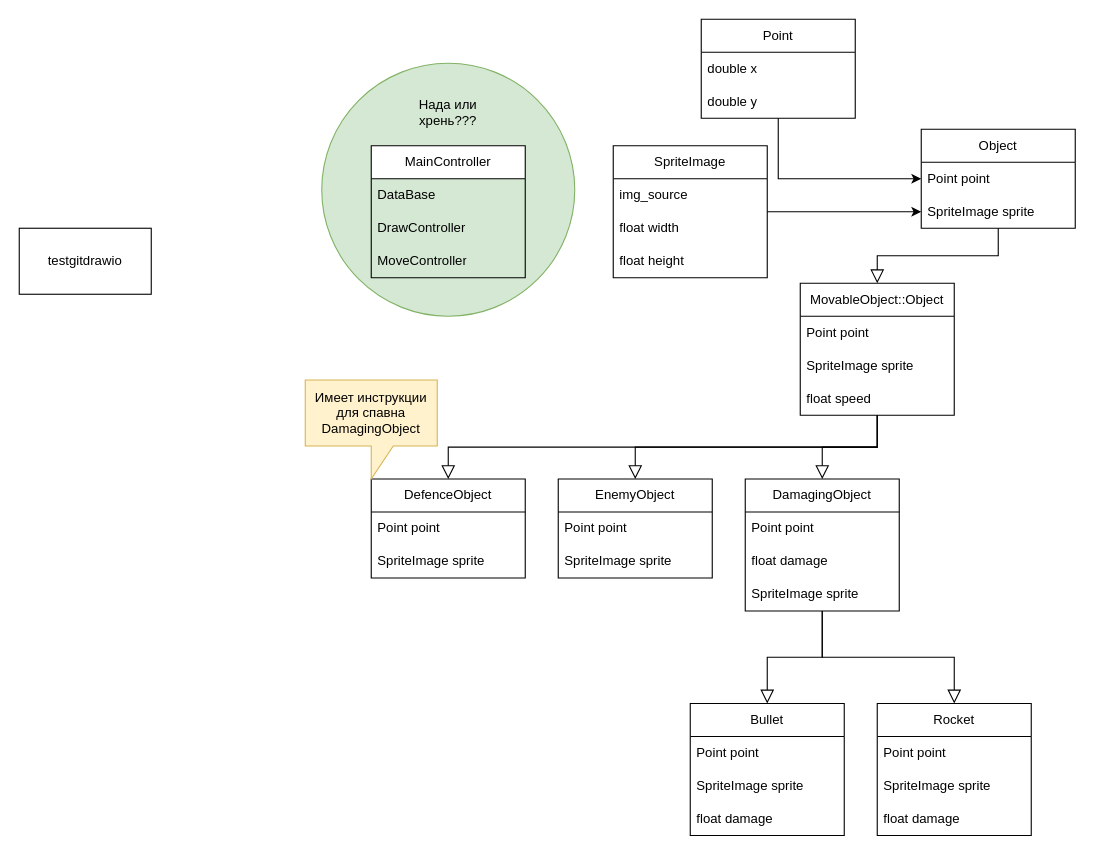
This is ZRK.drawio from NeGvozd/CppLearningProject, a draw.io file, before an edit. Source tidied: cells renumbered, new cells numbered last; positions are measured from the earlier drawing's top-left corner, leaving out a move shared by most shapes. Both pictures are drawn from the tidied source at 110%, with x=0, y=0 at pixel (19, 19).
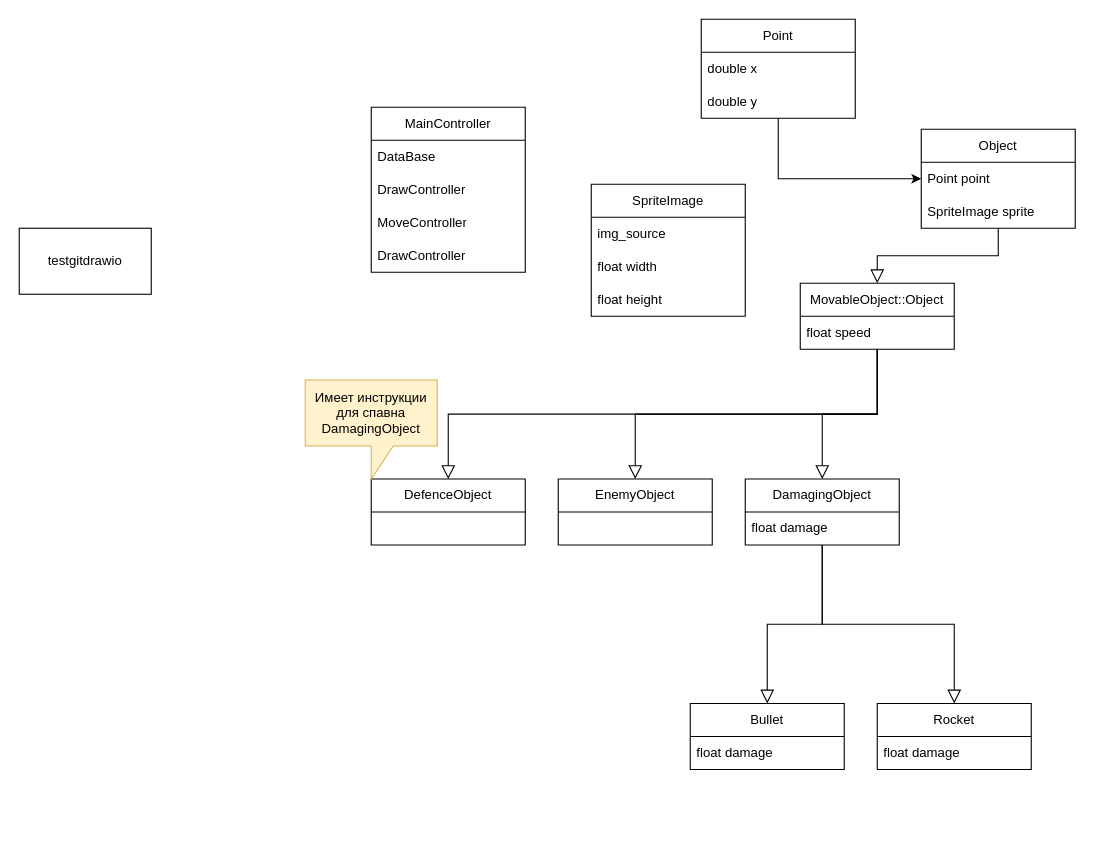
After the change.

Commit message:
Commit after comments

The change refers to these unchanged cells:
```xml
<mxCell id="4" value="SpriteImage sprite" style="text;strokeColor=none;fillColor=none;align=left;verticalAlign=middle;spacingLeft=4;spacingRight=4;overflow=hidden;points=[[0,0.5],[1,0.5]];portConstraint=eastwest;whiteSpace=wrap;html=1;" parent="2" vertex="1">
  <mxGeometry y="60" width="140" height="30" as="geometry" />
</mxCell>
```

The edit, as a diff of the source:
```diff
@@
-    <mxCell id="9" style="edgeStyle=orthogonalEdgeStyle;rounded=0;jettySize=auto;html=1;" parent="1" edge="1" source="10" target="4">
-      <mxGeometry relative="1" as="geometry" />
-    </mxCell>
     <mxCell id="10" value="SpriteImage" style="swimlane;fontStyle=0;horizontal=1;startSize=30;whiteSpace=wrap;html=1;" parent="1" vertex="1">
-      <mxGeometry x="540" y="115" width="140" height="120" as="geometry" />
+      <mxGeometry x="520" y="150" width="140" height="120" as="geometry" />
     </mxCell>
@@
     <mxCell id="14" value="MovableObject::Object" style="swimlane;fontStyle=0;horizontal=1;startSize=30;whiteSpace=wrap;html=1;" parent="1" vertex="1">
-      <mxGeometry x="710" y="240" width="140" height="120" as="geometry" />
+      <mxGeometry x="710" y="240" width="140" height="60" as="geometry" />
     </mxCell>
-    <mxCell id="15" value="Point point" style="text;strokeColor=none;fillColor=none;align=left;verticalAlign=middle;spacingLeft=4;spacingRight=4;overflow=hidden;whiteSpace=wrap;html=1;" parent="14" vertex="1">
-      <mxGeometry y="30" width="140" height="30" as="geometry" />
-    </mxCell>
-    <mxCell id="16" value="SpriteImage sprite" style="text;strokeColor=none;fillColor=none;align=left;verticalAlign=middle;spacingLeft=4;spacingRight=4;overflow=hidden;whiteSpace=wrap;html=1;" parent="14" vertex="1">
-      <mxGeometry y="60" width="140" height="30" as="geometry" />
-    </mxCell>
     <mxCell id="17" value="float speed" style="text;strokeColor=none;fillColor=none;align=left;verticalAlign=middle;spacingLeft=4;spacingRight=4;overflow=hidden;whiteSpace=wrap;html=1;" parent="14" vertex="1">
-      <mxGeometry y="90" width="140" height="30" as="geometry" />
+      <mxGeometry y="30" width="140" height="30" as="geometry" />
     </mxCell>
@@
     <mxCell id="19" value="DamagingObject" style="swimlane;fontStyle=0;horizontal=1;startSize=30;whiteSpace=wrap;html=1;" parent="1" vertex="1">
-      <mxGeometry x="660" y="418" width="140" height="120" as="geometry" />
+      <mxGeometry x="660" y="418" width="140" height="60" as="geometry" />
     </mxCell>
-    <mxCell id="20" value="Point point" style="text;strokeColor=none;fillColor=none;align=left;verticalAlign=middle;spacingLeft=4;spacingRight=4;overflow=hidden;whiteSpace=wrap;html=1;" parent="19" vertex="1">
-      <mxGeometry y="30" width="140" height="30" as="geometry" />
-    </mxCell>
     <mxCell id="21" value="float damage" style="text;strokeColor=none;fillColor=none;align=left;verticalAlign=middle;spacingLeft=4;spacingRight=4;overflow=hidden;whiteSpace=wrap;html=1;" parent="19" vertex="1">
-      <mxGeometry y="60" width="140" height="30" as="geometry" />
+      <mxGeometry y="30" width="140" height="30" as="geometry" />
     </mxCell>
-    <mxCell id="22" value="SpriteImage sprite" style="text;strokeColor=none;fillColor=none;align=left;verticalAlign=middle;spacingLeft=4;spacingRight=4;overflow=hidden;whiteSpace=wrap;html=1;" parent="19" vertex="1">
-      <mxGeometry y="90" width="140" height="30" as="geometry" />
-    </mxCell>
@@
     <mxCell id="24" value="Rocket" style="swimlane;fontStyle=0;horizontal=1;startSize=30;whiteSpace=wrap;html=1;" parent="1" vertex="1">
-      <mxGeometry x="780" y="622" width="140" height="120" as="geometry" />
+      <mxGeometry x="780" y="622" width="140" height="60" as="geometry" />
     </mxCell>
-    <mxCell id="25" value="Point point" style="text;strokeColor=none;fillColor=none;align=left;verticalAlign=middle;spacingLeft=4;spacingRight=4;overflow=hidden;whiteSpace=wrap;html=1;" parent="24" vertex="1">
-      <mxGeometry y="30" width="140" height="30" as="geometry" />
-    </mxCell>
-    <mxCell id="26" value="SpriteImage sprite" style="text;strokeColor=none;fillColor=none;align=left;verticalAlign=middle;spacingLeft=4;spacingRight=4;overflow=hidden;whiteSpace=wrap;html=1;" parent="24" vertex="1">
-      <mxGeometry y="60" width="140" height="30" as="geometry" />
-    </mxCell>
     <mxCell id="27" value="float damage" style="text;strokeColor=none;fillColor=none;align=left;verticalAlign=middle;spacingLeft=4;spacingRight=4;overflow=hidden;whiteSpace=wrap;html=1;" parent="24" vertex="1">
-      <mxGeometry y="90" width="140" height="30" as="geometry" />
+      <mxGeometry y="30" width="140" height="30" as="geometry" />
     </mxCell>
@@
     <mxCell id="29" value="Bullet" style="swimlane;fontStyle=0;horizontal=1;startSize=30;whiteSpace=wrap;html=1;" parent="1" vertex="1">
-      <mxGeometry x="610" y="622" width="140" height="120" as="geometry" />
+      <mxGeometry x="610" y="622" width="140" height="60" as="geometry" />
     </mxCell>
-    <mxCell id="30" value="Point point" style="text;strokeColor=none;fillColor=none;align=left;verticalAlign=middle;spacingLeft=4;spacingRight=4;overflow=hidden;whiteSpace=wrap;html=1;" parent="29" vertex="1">
-      <mxGeometry y="30" width="140" height="30" as="geometry" />
-    </mxCell>
-    <mxCell id="31" value="SpriteImage sprite" style="text;strokeColor=none;fillColor=none;align=left;verticalAlign=middle;spacingLeft=4;spacingRight=4;overflow=hidden;whiteSpace=wrap;html=1;" parent="29" vertex="1">
-      <mxGeometry y="60" width="140" height="30" as="geometry" />
-    </mxCell>
     <mxCell id="32" value="float damage" style="text;strokeColor=none;fillColor=none;align=left;verticalAlign=middle;spacingLeft=4;spacingRight=4;overflow=hidden;whiteSpace=wrap;html=1;" parent="29" vertex="1">
-      <mxGeometry y="90" width="140" height="30" as="geometry" />
+      <mxGeometry y="30" width="140" height="30" as="geometry" />
     </mxCell>
@@
     <mxCell id="34" value="EnemyObject" style="swimlane;fontStyle=0;horizontal=1;startSize=30;whiteSpace=wrap;html=1;" parent="1" vertex="1">
-      <mxGeometry x="490" y="418" width="140" height="90" as="geometry" />
+      <mxGeometry x="490" y="418" width="140" height="60" as="geometry" />
     </mxCell>
-    <mxCell id="35" value="Point point" style="text;strokeColor=none;fillColor=none;align=left;verticalAlign=middle;spacingLeft=4;spacingRight=4;overflow=hidden;whiteSpace=wrap;html=1;" parent="34" vertex="1">
-      <mxGeometry y="30" width="140" height="30" as="geometry" />
-    </mxCell>
-    <mxCell id="36" value="SpriteImage sprite" style="text;strokeColor=none;fillColor=none;align=left;verticalAlign=middle;spacingLeft=4;spacingRight=4;overflow=hidden;whiteSpace=wrap;html=1;" parent="34" vertex="1">
-      <mxGeometry y="60" width="140" height="30" as="geometry" />
-    </mxCell>
@@
     <mxCell id="38" value="DefenceObject" style="swimlane;fontStyle=0;horizontal=1;startSize=30;whiteSpace=wrap;html=1;" parent="1" vertex="1">
-      <mxGeometry x="320" y="418" width="140" height="90" as="geometry" />
+      <mxGeometry x="320" y="418" width="140" height="60" as="geometry" />
     </mxCell>
-    <mxCell id="39" value="Point point" style="text;strokeColor=none;fillColor=none;align=left;verticalAlign=middle;spacingLeft=4;spacingRight=4;overflow=hidden;whiteSpace=wrap;html=1;" parent="38" vertex="1">
-      <mxGeometry y="30" width="140" height="30" as="geometry" />
-    </mxCell>
-    <mxCell id="40" value="SpriteImage sprite" style="text;strokeColor=none;fillColor=none;align=left;verticalAlign=middle;spacingLeft=4;spacingRight=4;overflow=hidden;whiteSpace=wrap;html=1;" parent="38" vertex="1">
-      <mxGeometry y="60" width="140" height="30" as="geometry" />
-    </mxCell>
@@
-    <mxCell id="43" style="ellipse;whiteSpace=wrap;html=1;fillColor=#d5e8d4;strokeColor=#82b366;" parent="1" vertex="1">
-      <mxGeometry x="275" y="40" width="230" height="230" as="geometry" />
-    </mxCell>
     <mxCell id="44" value="MainController" style="swimlane;fontStyle=0;horizontal=1;startSize=30;whiteSpace=wrap;html=1;" parent="1" vertex="1">
-      <mxGeometry x="320" y="115" width="140" height="120" as="geometry" />
+      <mxGeometry x="320" y="80" width="140" height="150" as="geometry" />
     </mxCell>
@@
-    <mxCell id="48" value="Нада или хрень???" style="text;html=1;strokeColor=none;fillColor=none;align=center;verticalAlign=middle;whiteSpace=wrap;rounded=0;" parent="1" vertex="1">
-      <mxGeometry x="360" y="70" width="60" height="30" as="geometry" />
-    </mxCell>
+    <mxCell id="50" value="DrawController" style="text;align=left;verticalAlign=middle;spacingLeft=4;spacingRight=4;overflow=hidden;whiteSpace=wrap;html=1;" parent="44" vertex="1">
+      <mxGeometry y="120" width="140" height="30" as="geometry" />
+    </mxCell>
```
